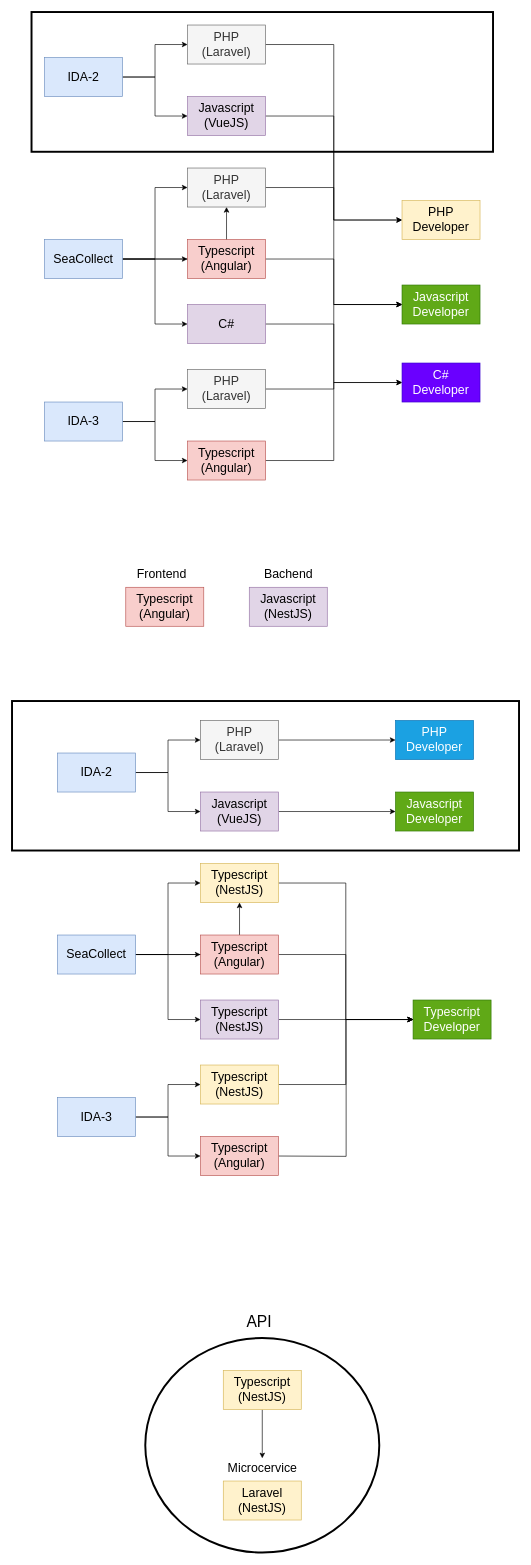
This is page "Ida Apps" (1 of 4) of mrvtool.drawio from dagistan-tuncbilek/tasarimlar, a draw.io file, before an edit. Source tidied: cells renumbered, new cells numbered last; positions are measured from the earlier drawing's top-left corner, leaving out a move shared by most shapes. Both pictures are drawn from the tidied source at 65%, with x=0, y=0 at pixel (12, 12).
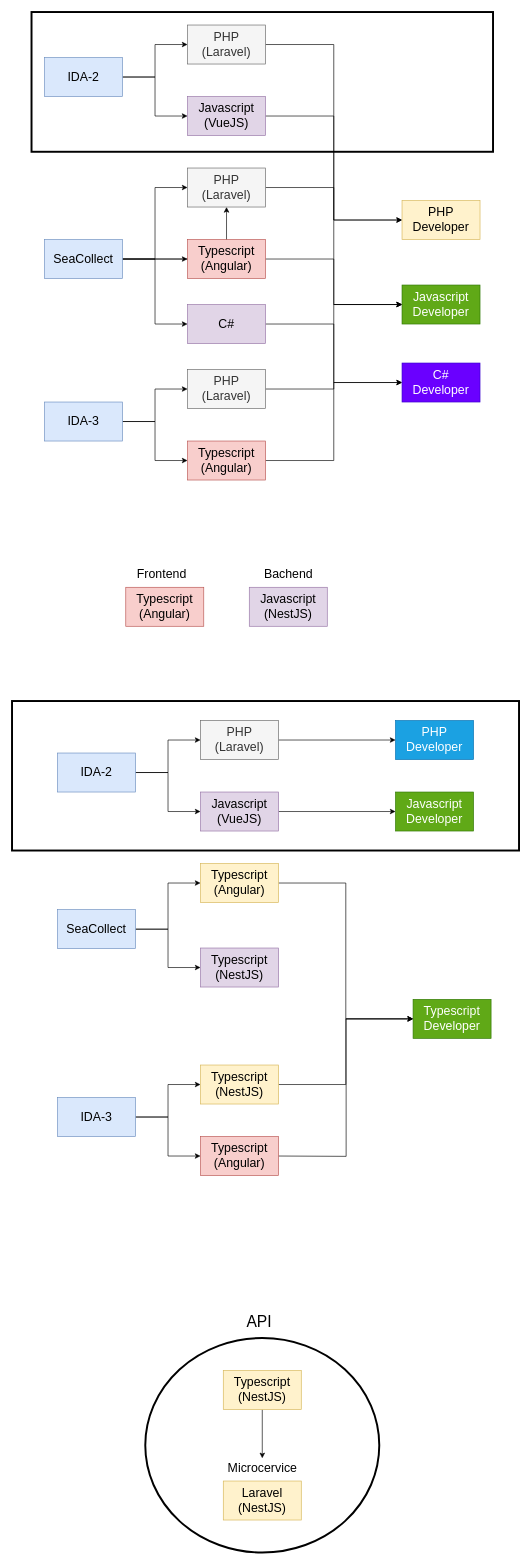
Above is the later version.

Change to the diagram source:
```diff
@@
     <mxCell id="38" value="Typescript Developer" style="rounded=0;whiteSpace=wrap;html=1;labelBackgroundColor=none;fontSize=19;fillColor=#60a917;strokeColor=#2D7600;fontColor=#ffffff;" parent="1" vertex="1">
-      <mxGeometry x="617" y="1520" width="120" height="60" as="geometry" />
+      <mxGeometry x="617" y="1519" width="120" height="60" as="geometry" />
     </mxCell>
-    <mxCell id="39" style="edgeStyle=orthogonalEdgeStyle;rounded=0;jettySize=auto;html=1;fontSize=19;" parent="1" edge="1" source="43" target="45">
-      <mxGeometry relative="1" as="geometry" />
-    </mxCell>
-    <mxCell id="40" style="edgeStyle=orthogonalEdgeStyle;rounded=0;jettySize=auto;html=1;entryX=0;entryY=0.5;entryDx=0;entryDy=0;fontSize=19;" parent="1" edge="1" source="43" target="47">
-      <mxGeometry relative="1" as="geometry" />
-    </mxCell>
@@
     <mxCell id="43" value="&lt;span&gt;SeaCollect&lt;br&gt;&lt;/span&gt;" style="rounded=0;whiteSpace=wrap;html=1;labelBackgroundColor=none;fontSize=19;fillColor=#dae8fc;strokeColor=#6c8ebf;" parent="1" vertex="1">
-      <mxGeometry x="70" y="1420" width="120" height="60" as="geometry" />
+      <mxGeometry x="70" y="1381" width="120" height="60" as="geometry" />
     </mxCell>
@@
-    <mxCell id="45" value="&lt;div&gt;Typescript&lt;/div&gt;&lt;div&gt;(NestJS)&lt;br&gt;&lt;/div&gt;" style="rounded=0;whiteSpace=wrap;html=1;labelBackgroundColor=none;fontSize=19;fillColor=#fff2cc;strokeColor=#d6b656;" parent="1" vertex="1">
+    <mxCell id="45" value="&lt;div&gt;Typescript&lt;/div&gt;&lt;div&gt;(Angular)&lt;br&gt;&lt;/div&gt;" style="rounded=0;whiteSpace=wrap;html=1;labelBackgroundColor=none;fontSize=19;fillColor=#fff2cc;strokeColor=#d6b656;" parent="1" vertex="1">
       <mxGeometry x="290" y="1310" width="120" height="60" as="geometry" />
     </mxCell>
-    <mxCell id="46" style="edgeStyle=orthogonalEdgeStyle;rounded=0;jettySize=auto;html=1;entryX=0;entryY=0.5;entryDx=0;entryDy=0;fontSize=19;" parent="1" edge="1" source="47" target="38">
-      <mxGeometry relative="1" as="geometry" />
-    </mxCell>
-    <mxCell id="47" value="&lt;div&gt;Typescript&lt;/div&gt;&lt;div&gt;(Angular)&lt;br&gt;&lt;/div&gt;" style="rounded=0;whiteSpace=wrap;html=1;labelBackgroundColor=none;fontSize=19;fillColor=#f8cecc;strokeColor=#b85450;" parent="1" vertex="1">
-      <mxGeometry x="290" y="1420" width="120" height="60" as="geometry" />
-    </mxCell>
-    <mxCell id="48" style="edgeStyle=orthogonalEdgeStyle;rounded=0;jettySize=auto;html=1;entryX=0;entryY=0.5;entryDx=0;entryDy=0;fontSize=19;" parent="1" edge="1" source="49" target="38">
-      <mxGeometry relative="1" as="geometry" />
-    </mxCell>
     <mxCell id="49" value="&lt;div&gt;Typescript&lt;/div&gt;&lt;div&gt;(NestJS)&lt;br&gt;&lt;/div&gt;" style="rounded=0;whiteSpace=wrap;html=1;labelBackgroundColor=none;fontSize=19;fillColor=#e1d5e7;strokeColor=#9673a6;" parent="1" vertex="1">
-      <mxGeometry x="290" y="1520" width="120" height="60" as="geometry" />
+      <mxGeometry x="290" y="1440" width="120" height="60" as="geometry" />
     </mxCell>
```
